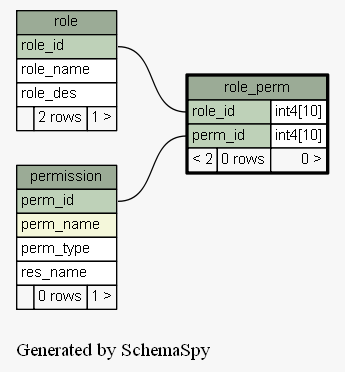
The Graphviz diagram docs/database/schemaspy/graphs/role_perm.1degree.png in engineerscraft/salesforce, before a commit. Its source is kept beside it as docs/database/schemaspy/graphs/role_perm.1degree.dot.
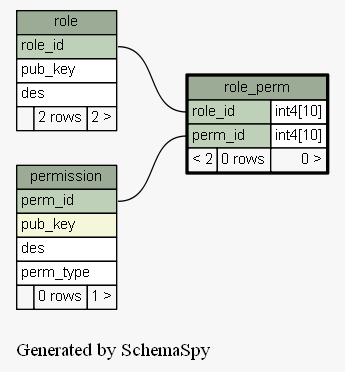
The same diagram one commit later.

Diff of the diagram source:
```diff
@@ -20,9 +20,9 @@
     <TABLE BORDER="0" CELLBORDER="1" CELLSPACING="0" BGCOLOR="#ffffff">
       <TR><TD PORT="permission.heading" COLSPAN="3" BGCOLOR="#9bab96" ALIGN="CENTER">permission</TD></TR>
       <TR><TD PORT="perm_id" COLSPAN="3" BGCOLOR="#bed1b8" ALIGN="LEFT">perm_id</TD></TR>
-      <TR><TD PORT="perm_name" COLSPAN="3" BGCOLOR="#f4f7da" ALIGN="LEFT">perm_name</TD></TR>
+      <TR><TD PORT="pub_key" COLSPAN="3" BGCOLOR="#f4f7da" ALIGN="LEFT">pub_key</TD></TR>
+      <TR><TD PORT="des" COLSPAN="3" ALIGN="LEFT">des</TD></TR>
       <TR><TD PORT="perm_type" COLSPAN="3" ALIGN="LEFT">perm_type</TD></TR>
-      <TR><TD PORT="res_name" COLSPAN="3" ALIGN="LEFT">res_name</TD></TR>
       <TR><TD ALIGN="LEFT" BGCOLOR="#f7f7f7">  </TD><TD ALIGN="RIGHT" BGCOLOR="#f7f7f7">0 rows</TD><TD ALIGN="RIGHT" BGCOLOR="#f7f7f7">1 &gt;</TD></TR>
     </TABLE>>
     URL="permission.html#graph"
@@ -33,9 +33,9 @@
     <TABLE BORDER="0" CELLBORDER="1" CELLSPACING="0" BGCOLOR="#ffffff">
       <TR><TD PORT="role.heading" COLSPAN="3" BGCOLOR="#9bab96" ALIGN="CENTER">role</TD></TR>
       <TR><TD PORT="role_id" COLSPAN="3" BGCOLOR="#bed1b8" ALIGN="LEFT">role_id</TD></TR>
-      <TR><TD PORT="role_name" COLSPAN="3" ALIGN="LEFT">role_name</TD></TR>
-      <TR><TD PORT="role_des" COLSPAN="3" ALIGN="LEFT">role_des</TD></TR>
-      <TR><TD ALIGN="LEFT" BGCOLOR="#f7f7f7">  </TD><TD ALIGN="RIGHT" BGCOLOR="#f7f7f7">2 rows</TD><TD ALIGN="RIGHT" BGCOLOR="#f7f7f7">1 &gt;</TD></TR>
+      <TR><TD PORT="pub_key" COLSPAN="3" ALIGN="LEFT">pub_key</TD></TR>
+      <TR><TD PORT="des" COLSPAN="3" ALIGN="LEFT">des</TD></TR>
+      <TR><TD ALIGN="LEFT" BGCOLOR="#f7f7f7">  </TD><TD ALIGN="RIGHT" BGCOLOR="#f7f7f7">2 rows</TD><TD ALIGN="RIGHT" BGCOLOR="#f7f7f7">2 &gt;</TD></TR>
     </TABLE>>
     URL="role.html#graph"
     tooltip="role"
```
